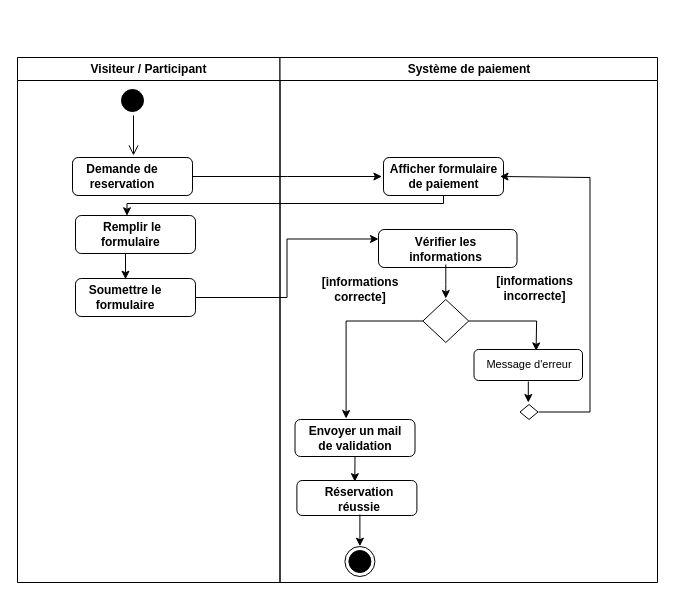
Before: Diagramme act paie.drawio in louis-fresnel99/TpGasaL1, a draw.io diagram. Source tidied: cells renumbered, new cells numbered last; positions are measured from the earlier drawing's top-left corner, leaving out a move shared by most shapes. Both pictures are drawn from the tidied source at 100%, with x=0, y=0 at pixel (17, 57).
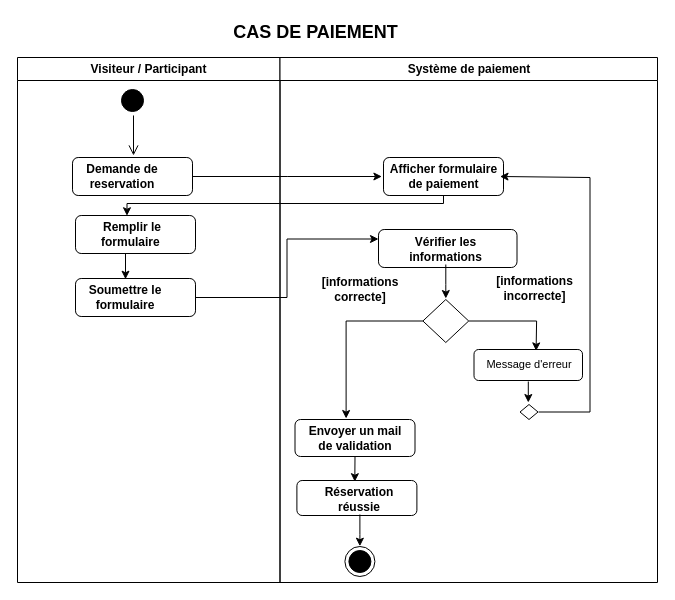
The same diagram, later.

Commit message (it also covers changes not shown here):
Mettre à jour Diagramme act paie.drawio

What changed in the source:
```diff
@@
+    <mxCell id="38" value="&lt;b&gt;&lt;font style=&quot;font-size: 18px;&quot;&gt;CAS DE PAIEMENT&lt;/font&gt;&lt;/b&gt;" style="text;html=1;align=center;verticalAlign=middle;whiteSpace=wrap;rounded=0;" parent="1" vertex="1">
+      <mxGeometry x="170" y="-40" width="257" height="30" as="geometry" />
+    </mxCell>
```
